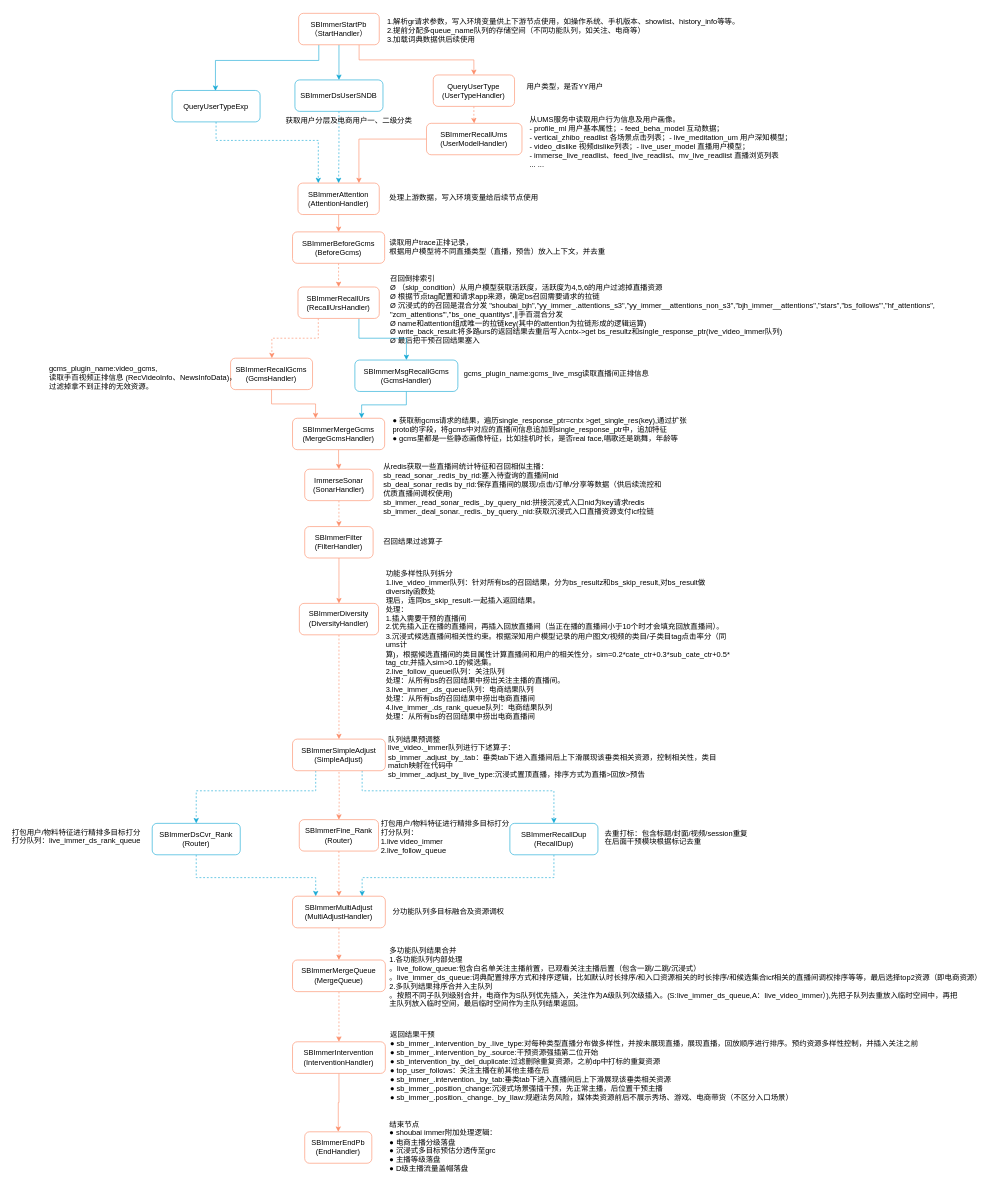
The draw.io diagram live_video_immer.flow.drawio in snorlaxse/draw.io, before the edit. Source tidied: cells renumbered, new cells numbered last; positions are measured from the earlier drawing's top-left corner, leaving out a move shared by most shapes. Both pictures are drawn from the tidied source at 62%, with x=0, y=0 at pixel (11, 11).
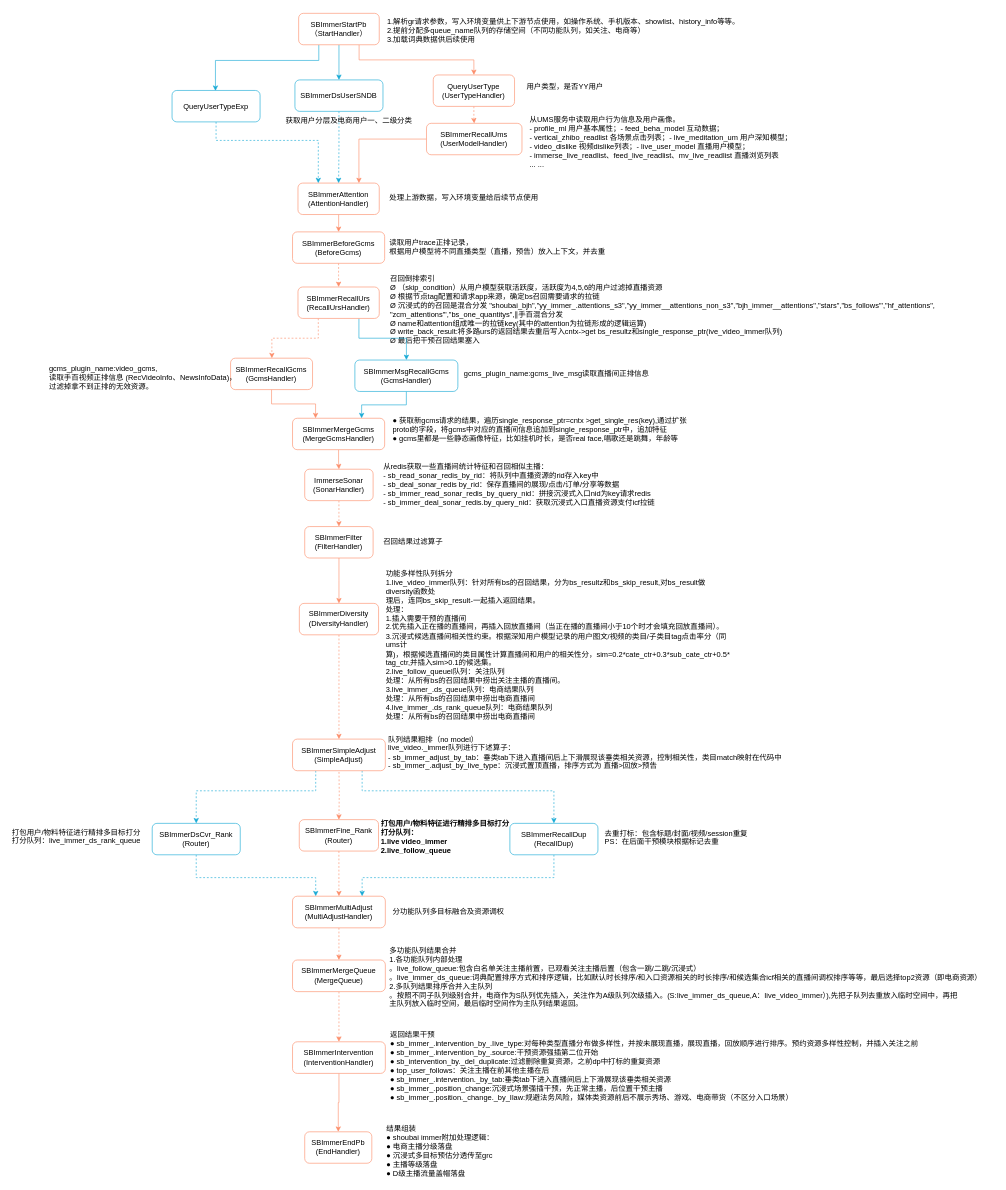
After the change.

Change to the diagram source:
```diff
@@
-    <mxCell id="57" value="从redis获取一些直播间统计特征和召回相似主播：&#10;sb_read_sonar_.redis_by_rid:塞入待查询的直播间nid&#10;sb_deal_sonar_redis by_rid:保存直播间的展现/点击/订单/分享等数据（供后续流控和&#10;优质直播间调权使用)&#10;sb_immer._read_sonar_redis_.by_query_nid:拼接沉浸式入口nid为key请求redis&#10;sb_immer._deal_sonar._redis._by_query._nid:获取沉浸式入口直播资源支付icf拉链" style="text;whiteSpace=wrap;" parent="1" vertex="1">
-      <mxGeometry x="599" y="721.9" width="480" height="110" as="geometry" />
+    <mxCell id="57" value="从redis获取一些直播间统计特征和召回相似主播：&#10;- sb_read_sonar_redis_by_rid：将队列中直播资源的rid存入key中&#10;- sb_deal_sonar_redis by_rid：保存直播间的展现/点击/订单/分享等数据&#10;- sb_immer_read_sonar_redis_by_query_nid：拼接沉浸式入口nid为key请求redis&#10;- sb_immer_deal_sonar_redis.by_query_nid：获取沉浸式入口直播资源支付icf拉链" style="text;whiteSpace=wrap;" parent="1" vertex="1">
+      <mxGeometry x="599" y="721.9" width="731" height="110" as="geometry" />
     </mxCell>
@@
-    <mxCell id="60" value="队列结果预调整&#10;live_video._immer队列进行下述算子：&#10;sb_immer_.adjust_by_.tab：垂类tab下进入直播间后上下滑展现该垂类相关资源，控制相关性，类目match映射在代码中&#10;sb_immer_.adjust_by_Iive_type:沉浸式置顶直播，排序方式为直播&gt;回放&gt;预告" style="text;whiteSpace=wrap;" parent="1" vertex="1">
-      <mxGeometry x="607" y="1160.6" width="560" height="90" as="geometry" />
+    <mxCell id="60" value="队列结果粗排（no model）&#10;live_video._immer队列进行下述算子：&#10;- sb_immer_adjust_by_tab：垂类tab下进入直播间后上下滑展现该垂类相关资源，控制相关性，类目match映射在代码中&#10;- sb_immer_.adjust_by_Iive_type：沉浸式置顶直播，排序方式为 直播&gt;回放&gt;预告" style="text;whiteSpace=wrap;" parent="1" vertex="1">
+      <mxGeometry x="607" y="1160.6" width="663" height="90" as="geometry" />
     </mxCell>
@@
-    <mxCell id="62" value="打包用户/物料特征进行精排多目标打分&#10;打分队列：&#10;1.live video_immer&#10;2.live_follow_queue" style="text;whiteSpace=wrap;" parent="1" vertex="1">
+    <mxCell id="62" value="打包用户/物料特征进行精排多目标打分&#10;打分队列：&#10;1.live video_immer&#10;2.live_follow_queue" style="text;whiteSpace=wrap;fontStyle=1;" parent="1" vertex="1">
       <mxGeometry x="595" y="1298" width="240" height="80" as="geometry" />
     </mxCell>
-    <mxCell id="63" value="去重打标：包含标题/封面/视频/session重复&#10;在后面干预模块根据标记去重" style="text;whiteSpace=wrap;" parent="1" vertex="1">
+    <mxCell id="63" value="去重打标：包含标题/封面/视频/session重复&#10;PS：在后面干预模块根据标记去重" style="text;whiteSpace=wrap;" parent="1" vertex="1">
       <mxGeometry x="956" y="1313" width="260" height="50" as="geometry" />
     </mxCell>
@@
-    <mxCell id="67" value="结束节点&#10;● shoubai immer附加处理逻辑：&#10;● 电商主播分级落盘&#10;● 沉浸式多目标预估分透传至grc&#10;● 主播等级落盘&#10;● D级主播流量盖帽落盘" style="text;whiteSpace=wrap;" parent="1" vertex="1">
-      <mxGeometry x="609" y="1781.6" width="200" height="96.4" as="geometry" />
+    <mxCell id="67" value="结果组装&#10;● shoubai immer附加处理逻辑：&#10;● 电商主播分级落盘&#10;● 沉浸式多目标预估分透传至grc&#10;● 主播等级落盘&#10;● D级主播流量盖帽落盘" style="text;whiteSpace=wrap;" parent="1" vertex="1">
+      <mxGeometry x="604" y="1789" width="200" height="96.4" as="geometry" />
     </mxCell>
```
